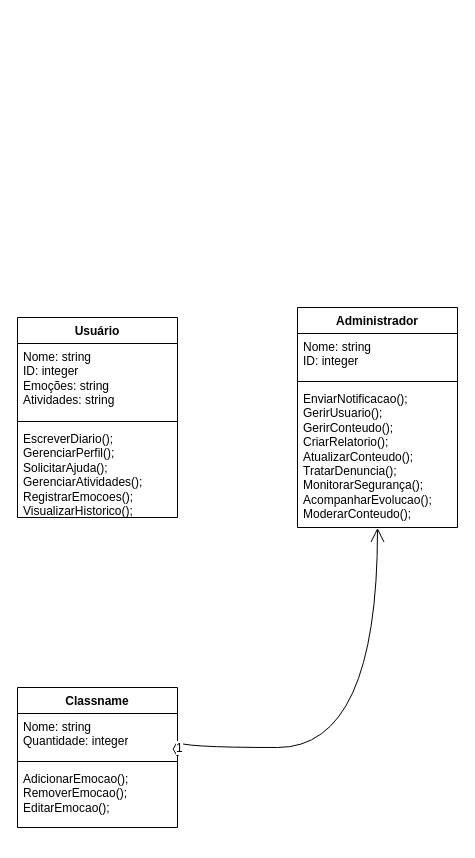
This is 2-Periodo/Análise e Projeto de Software/Unbenanntes Diagramm.drawio from alvarolucio2007/Engenharia-de-Software, a draw.io file, before an edit. Source tidied: cells renumbered, new cells numbered last; positions are measured from the earlier drawing's top-left corner, leaving out a move shared by most shapes. Both pictures are drawn from the tidied source at 100%, with x=0, y=0 at pixel (17, 307).
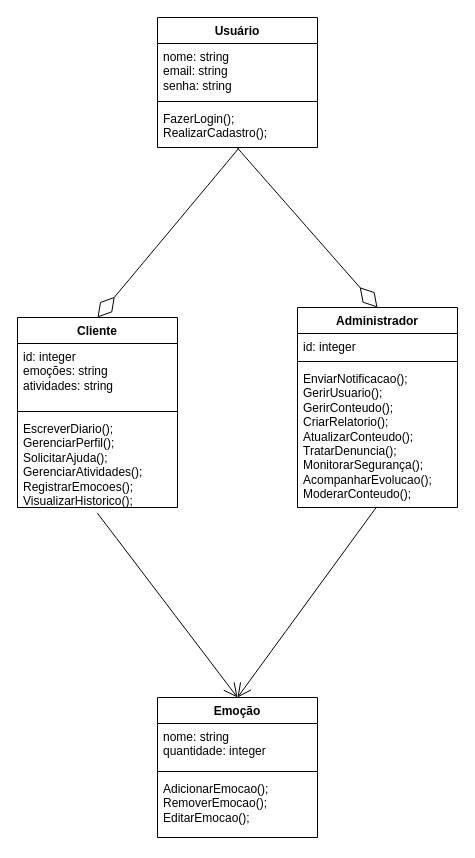
The same diagram, later.

What changed in the source:
```diff
@@
     <mxCell id="2" value="Administrador" style="swimlane;fontStyle=1;align=center;verticalAlign=top;horizontal=1;startSize=26;whiteSpace=wrap;html=1;" parent="1" vertex="1">
-      <mxGeometry x="280" width="160" height="220" as="geometry" />
+      <mxGeometry x="280" width="160" height="200" as="geometry" />
     </mxCell>
-    <mxCell id="3" value="Nome: string&lt;div&gt;ID: integer&lt;/div&gt;" style="text;strokeColor=none;fillColor=none;align=left;verticalAlign=top;spacingLeft=4;spacingRight=4;overflow=hidden;whiteSpace=wrap;html=1;" parent="2" vertex="1">
-      <mxGeometry y="26" width="160" height="44" as="geometry" />
+    <mxCell id="3" value="&lt;div&gt;id: integer&lt;/div&gt;" style="text;strokeColor=none;fillColor=none;align=left;verticalAlign=top;spacingLeft=4;spacingRight=4;overflow=hidden;whiteSpace=wrap;html=1;" parent="2" vertex="1">
+      <mxGeometry y="26" width="160" height="24" as="geometry" />
     </mxCell>
     <mxCell id="4" style="line;strokeWidth=1;fillColor=none;align=left;verticalAlign=middle;spacingTop=-1;spacingLeft=3;spacingRight=3;labelPosition=right;strokeColor=inherit;" parent="2" vertex="1">
-      <mxGeometry y="70" width="160" height="8" as="geometry" />
+      <mxGeometry y="50" width="160" height="8" as="geometry" />
     </mxCell>
     <mxCell id="5" value="EnviarNotificacao();&lt;div&gt;GerirUsuario();&lt;/div&gt;&lt;div&gt;GerirConteudo();&lt;/div&gt;&lt;div&gt;CriarRelatorio();&lt;/div&gt;&lt;div&gt;AtualizarConteudo();&lt;br&gt;TratarDenuncia();&lt;/div&gt;&lt;div&gt;MonitorarSegurança();&lt;/div&gt;&lt;div&gt;AcompanharEvolucao();&lt;/div&gt;&lt;div&gt;ModerarConteudo();&lt;/div&gt;" style="text;strokeColor=none;fillColor=none;align=left;verticalAlign=top;spacingLeft=4;spacingRight=4;overflow=hidden;points=[[0,0.5],[1,0.5]];portConstraint=eastwest;whiteSpace=wrap;html=1;" parent="2" vertex="1">
-      <mxGeometry y="78" width="160" height="142" as="geometry" />
+      <mxGeometry y="58" width="160" height="142" as="geometry" />
     </mxCell>
-    <mxCell id="6" value="Usuário" style="swimlane;fontStyle=1;align=center;verticalAlign=top;horizontal=1;startSize=26;whiteSpace=wrap;html=1;" parent="1" vertex="1">
-      <mxGeometry y="10" width="160" height="200" as="geometry" />
+    <mxCell id="6" value="Cliente" style="swimlane;fontStyle=1;align=center;verticalAlign=top;horizontal=1;startSize=26;whiteSpace=wrap;html=1;" parent="1" vertex="1">
+      <mxGeometry y="10" width="160" height="190" as="geometry" />
     </mxCell>
-    <mxCell id="7" value="Nome: string&lt;div&gt;ID: integer&lt;/div&gt;&lt;div&gt;Emoções: string&lt;/div&gt;&lt;div&gt;Atividades: string&lt;/div&gt;" style="text;strokeColor=none;fillColor=none;align=left;verticalAlign=top;spacingLeft=4;spacingRight=4;overflow=hidden;whiteSpace=wrap;html=1;" parent="6" vertex="1">
-      <mxGeometry y="26" width="160" height="74" as="geometry" />
+    <mxCell id="7" value="&lt;div&gt;id: integer&lt;/div&gt;&lt;div&gt;emoções: string&lt;/div&gt;&lt;div&gt;atividades: string&lt;/div&gt;" style="text;strokeColor=none;fillColor=none;align=left;verticalAlign=top;spacingLeft=4;spacingRight=4;overflow=hidden;whiteSpace=wrap;html=1;" parent="6" vertex="1">
+      <mxGeometry y="26" width="160" height="64" as="geometry" />
     </mxCell>
     <mxCell id="8" style="line;strokeWidth=1;fillColor=none;align=left;verticalAlign=middle;spacingTop=-1;spacingLeft=3;spacingRight=3;labelPosition=right;strokeColor=inherit;" parent="6" vertex="1">
-      <mxGeometry y="100" width="160" height="8" as="geometry" />
+      <mxGeometry y="90" width="160" height="8" as="geometry" />
     </mxCell>
     <mxCell id="9" value="EscreverDiario();&lt;div&gt;GerenciarPerfil();&lt;/div&gt;&lt;div&gt;SolicitarAjuda();&lt;br&gt;GerenciarAtividades();&lt;br&gt;RegistrarEmocoes();&lt;/div&gt;&lt;div&gt;VisualizarHistorico();&lt;/div&gt;" style="text;strokeColor=none;fillColor=none;align=left;verticalAlign=top;spacingLeft=4;spacingRight=4;overflow=hidden;points=[[0,0.5],[1,0.5]];portConstraint=eastwest;whiteSpace=wrap;html=1;" parent="6" vertex="1">
-      <mxGeometry y="108" width="160" height="92" as="geometry" />
+      <mxGeometry y="98" width="160" height="92" as="geometry" />
     </mxCell>
@@
-    <mxCell id="11" value="Classname" style="swimlane;fontStyle=1;align=center;verticalAlign=top;horizontal=1;startSize=26;whiteSpace=wrap;html=1;" parent="1" vertex="1">
-      <mxGeometry y="380" width="160" height="140" as="geometry" />
+    <mxCell id="11" value="Emoção" style="swimlane;fontStyle=1;align=center;verticalAlign=top;horizontal=1;startSize=26;whiteSpace=wrap;html=1;" parent="1" vertex="1">
+      <mxGeometry x="140" y="390" width="160" height="140" as="geometry" />
     </mxCell>
-    <mxCell id="12" value="Nome: string&lt;div&gt;Quantidade: integer&lt;/div&gt;" style="text;strokeColor=none;fillColor=none;align=left;verticalAlign=top;spacingLeft=4;spacingRight=4;overflow=hidden;whiteSpace=wrap;html=1;" parent="11" vertex="1">
+    <mxCell id="12" value="nome: string&lt;div&gt;quantidade: integer&lt;/div&gt;" style="text;strokeColor=none;fillColor=none;align=left;verticalAlign=top;spacingLeft=4;spacingRight=4;overflow=hidden;whiteSpace=wrap;html=1;" parent="11" vertex="1">
       <mxGeometry y="26" width="160" height="44" as="geometry" />
     </mxCell>
@@
-    <mxCell id="15" value="1" style="endArrow=open;html=1;endSize=12;startArrow=diamondThin;startSize=14;startFill=0;edgeStyle=orthogonalEdgeStyle;align=left;verticalAlign=bottom;rounded=0;fontSize=12;curved=1;exitX=1;exitY=0.5;exitDx=0;exitDy=0;entryX=0.5;entryY=1.003;entryDx=0;entryDy=0;entryPerimeter=0;" parent="1" edge="1" source="11" target="5">
-      <mxGeometry x="-1" y="3" relative="1" as="geometry">
-        <Array as="points">
-          <mxPoint x="360" y="440" />
-        </Array>
-      </mxGeometry>
-    </mxCell>
+    <mxCell id="16" value="Usuário" style="swimlane;fontStyle=1;align=center;verticalAlign=top;horizontal=1;startSize=26;whiteSpace=wrap;html=1;" parent="1" vertex="1">
+      <mxGeometry x="140" y="-290" width="160" height="130" as="geometry" />
+    </mxCell>
+    <mxCell id="17" value="nome: string&lt;div&gt;email: string&lt;/div&gt;&lt;div&gt;senha: string&lt;/div&gt;" style="text;strokeColor=none;fillColor=none;align=left;verticalAlign=top;spacingLeft=4;spacingRight=4;overflow=hidden;whiteSpace=wrap;html=1;" parent="16" vertex="1">
+      <mxGeometry y="26" width="160" height="54" as="geometry" />
+    </mxCell>
+    <mxCell id="18" style="line;strokeWidth=1;fillColor=none;align=left;verticalAlign=middle;spacingTop=-1;spacingLeft=3;spacingRight=3;labelPosition=right;strokeColor=inherit;" parent="16" vertex="1">
+      <mxGeometry y="80" width="160" height="8" as="geometry" />
+    </mxCell>
+    <mxCell id="19" value="FazerLogin();&lt;div&gt;RealizarCadastro();&lt;/div&gt;" style="text;strokeColor=none;fillColor=none;align=left;verticalAlign=top;spacingLeft=4;spacingRight=4;overflow=hidden;points=[[0,0.5],[1,0.5]];portConstraint=eastwest;whiteSpace=wrap;html=1;" parent="16" vertex="1">
+      <mxGeometry y="88" width="160" height="42" as="geometry" />
+    </mxCell>
+    <mxCell id="20" style="endArrow=diamondThin;endFill=0;endSize=24;html=1;rounded=0;fontSize=12;curved=1;entryX=0.5;entryY=0;entryDx=0;entryDy=0;exitX=0.497;exitY=1.001;exitDx=0;exitDy=0;exitPerimeter=0;" parent="1" edge="1" source="19" target="2">
+      <mxGeometry relative="1" as="geometry" />
+    </mxCell>
+    <mxCell id="21" style="endArrow=diamondThin;endFill=0;endSize=24;html=1;rounded=0;fontSize=12;curved=1;entryX=0.5;entryY=0;entryDx=0;entryDy=0;exitX=0.511;exitY=1.005;exitDx=0;exitDy=0;exitPerimeter=0;" parent="1" edge="1" source="19" target="6">
+      <mxGeometry relative="1" as="geometry" />
+    </mxCell>
+    <mxCell id="22" style="endArrow=open;endFill=1;endSize=12;html=1;rounded=0;fontSize=12;curved=1;exitX=0.498;exitY=1.058;exitDx=0;exitDy=0;exitPerimeter=0;entryX=0.5;entryY=0;entryDx=0;entryDy=0;" parent="1" edge="1" source="9" target="11">
+      <mxGeometry relative="1" as="geometry" />
+    </mxCell>
+    <mxCell id="23" style="endArrow=open;endFill=1;endSize=12;html=1;rounded=0;fontSize=12;curved=1;exitX=0.495;exitY=0.995;exitDx=0;exitDy=0;exitPerimeter=0;entryX=0.5;entryY=0;entryDx=0;entryDy=0;" parent="1" edge="1" source="5" target="11">
+      <mxGeometry relative="1" as="geometry" />
+    </mxCell>
```
